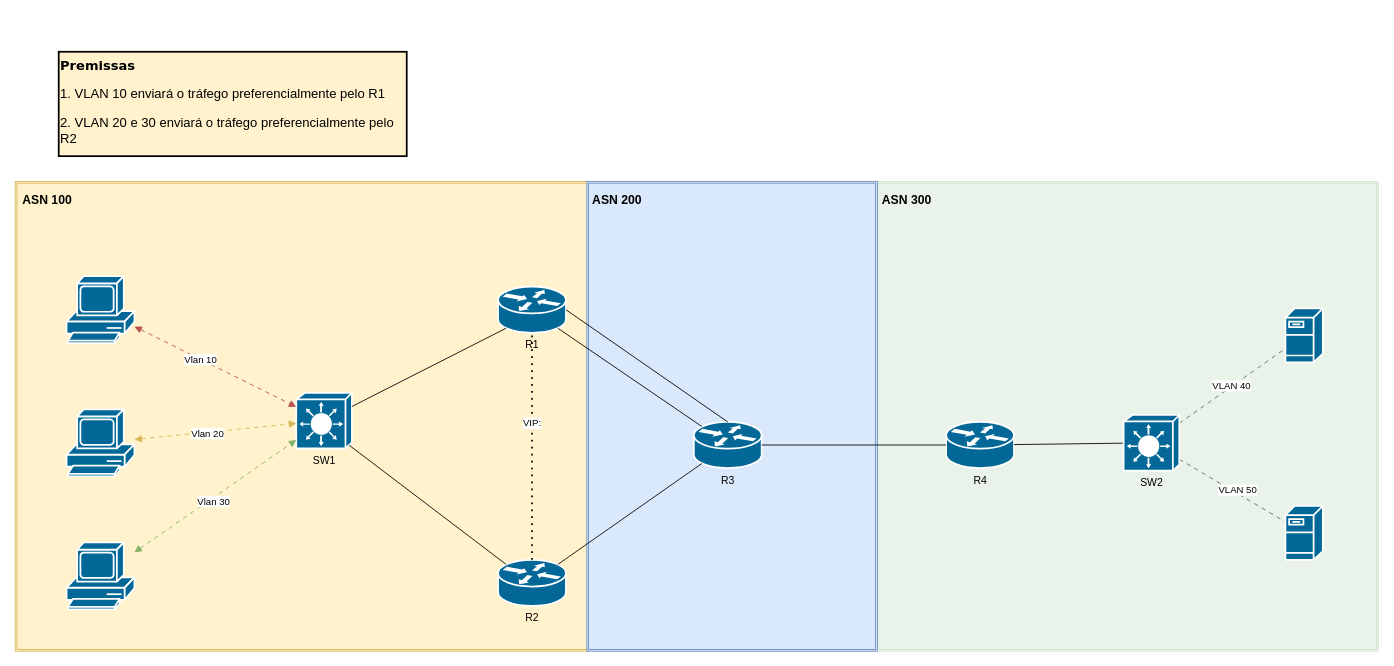
ThiagoMagalhaesC/Cisco-Images-for-GNS3-and-EVE-NG keeps this draw.io diagram as LaboratorioVLAN.drawio. Above is the earlier version. Source tidied: cells renumbered, new cells numbered last; positions are measured from the earlier drawing's top-left corner, leaving out a move shared by most shapes. Both pictures are drawn from the tidied source at 87%, with x=0, y=0 at pixel (15, 51).
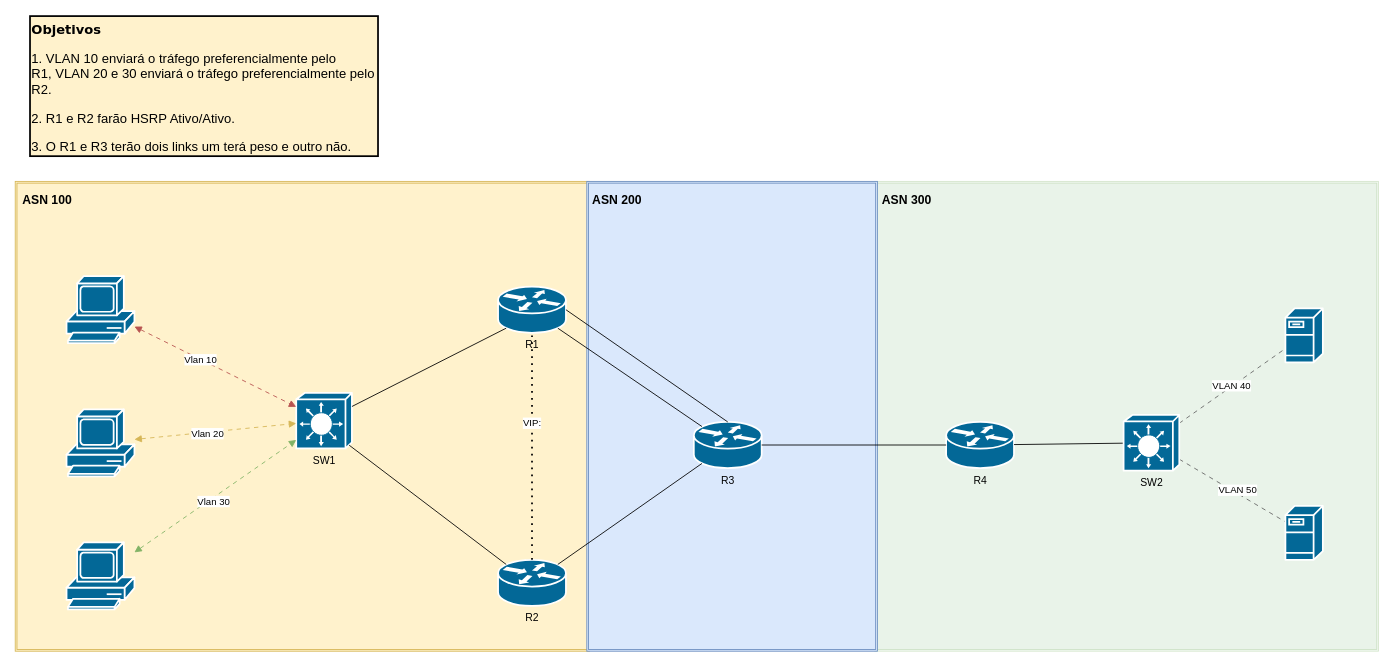
Above is the later version.

The edit, as a diff of the source:
```diff
@@
-    <mxCell id="31" value="&lt;h1 style=&quot;margin-top: 0px; font-size: 15px;&quot;&gt;&lt;font face=&quot;Verdana&quot; style=&quot;font-size: 15px;&quot;&gt;Premissas&lt;/font&gt;&lt;/h1&gt;&lt;p style=&quot;font-size: 15px;&quot;&gt;&lt;font face=&quot;QuNPbFPQzpwkeVYOobwU&quot; style=&quot;font-size: 15px;&quot;&gt;1. VLAN 10 enviará o tráfego preferencialmente pelo R1&lt;/font&gt;&lt;/p&gt;&lt;p style=&quot;font-size: 15px;&quot;&gt;&lt;font face=&quot;QuNPbFPQzpwkeVYOobwU&quot; style=&quot;font-size: 15px;&quot;&gt;2. VLAN 20 e 30 enviará o tráfego preferencialmente pelo R2&lt;/font&gt;&lt;/p&gt;" style="text;html=1;whiteSpace=wrap;overflow=hidden;rounded=0;fillColor=#fff2cc;strokeColor=#000000;strokeWidth=2;" parent="1" vertex="1">
-      <mxGeometry x="50" width="400" height="120" as="geometry" />
+    <mxCell id="31" value="&lt;h1 style=&quot;margin-top: 0px; font-size: 15px;&quot;&gt;&lt;font face=&quot;Verdana&quot; style=&quot;font-size: 15px;&quot;&gt;Objetivos&lt;/font&gt;&lt;/h1&gt;&lt;p style=&quot;font-size: 15px;&quot;&gt;&lt;font face=&quot;QuNPbFPQzpwkeVYOobwU&quot; style=&quot;font-size: 15px;&quot;&gt;1. VLAN 10 enviará o tráfego preferencialmente pelo R1,&amp;nbsp;&lt;/font&gt;&lt;span style=&quot;font-family: QuNPbFPQzpwkeVYOobwU; background-color: initial;&quot;&gt;VLAN 20 e 30 enviará o tráfego preferencialmente pelo R2.&lt;/span&gt;&lt;/p&gt;&lt;p style=&quot;font-size: 15px;&quot;&gt;&lt;span style=&quot;font-family: QuNPbFPQzpwkeVYOobwU; background-color: initial;&quot;&gt;2. R1 e R2 farão HSRP Ativo/Ativo.&lt;/span&gt;&lt;/p&gt;&lt;p style=&quot;font-size: 15px;&quot;&gt;&lt;font face=&quot;QuNPbFPQzpwkeVYOobwU&quot;&gt;3. O R1 e R3 terão dois links um terá peso e outro não.&lt;/font&gt;&lt;/p&gt;&lt;p style=&quot;font-size: 15px;&quot;&gt;&lt;font face=&quot;QuNPbFPQzpwkeVYOobwU&quot;&gt;&lt;br&gt;&lt;/font&gt;&lt;/p&gt;" style="text;html=1;whiteSpace=wrap;overflow=hidden;rounded=0;fillColor=#fff2cc;strokeColor=#000000;strokeWidth=2;" parent="1" vertex="1">
+      <mxGeometry x="17" y="-41" width="400" height="161" as="geometry" />
     </mxCell>
```
